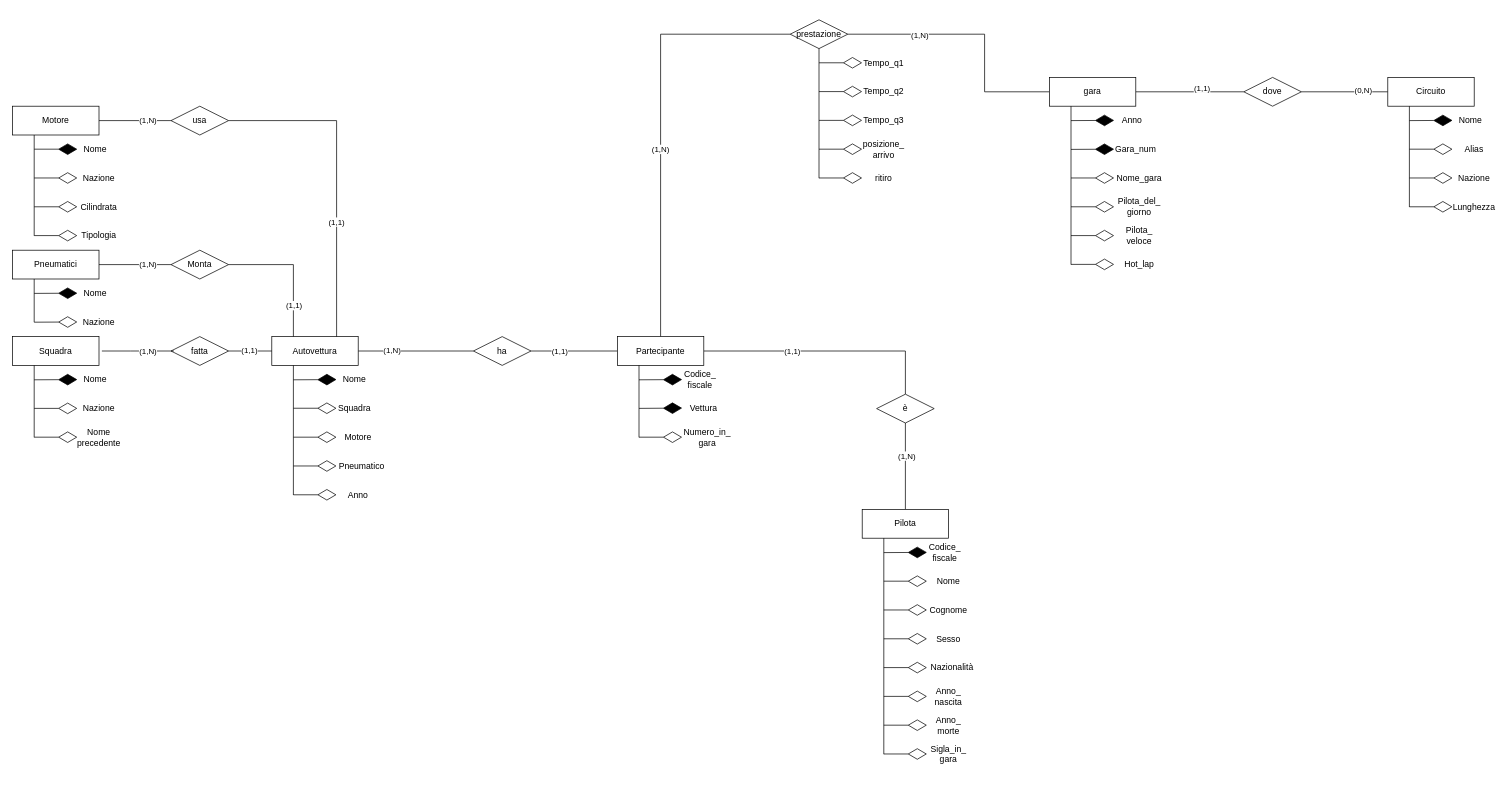
Above: Schema Logico.drawio in checco296/ProgettoBasi (draw.io), before the change. Source tidied: cells renumbered, new cells numbered last; positions are measured from the earlier drawing's top-left corner, leaving out a move shared by most shapes. Both pictures are drawn from the tidied source at 72%, with x=0, y=0 at pixel (12, 12).
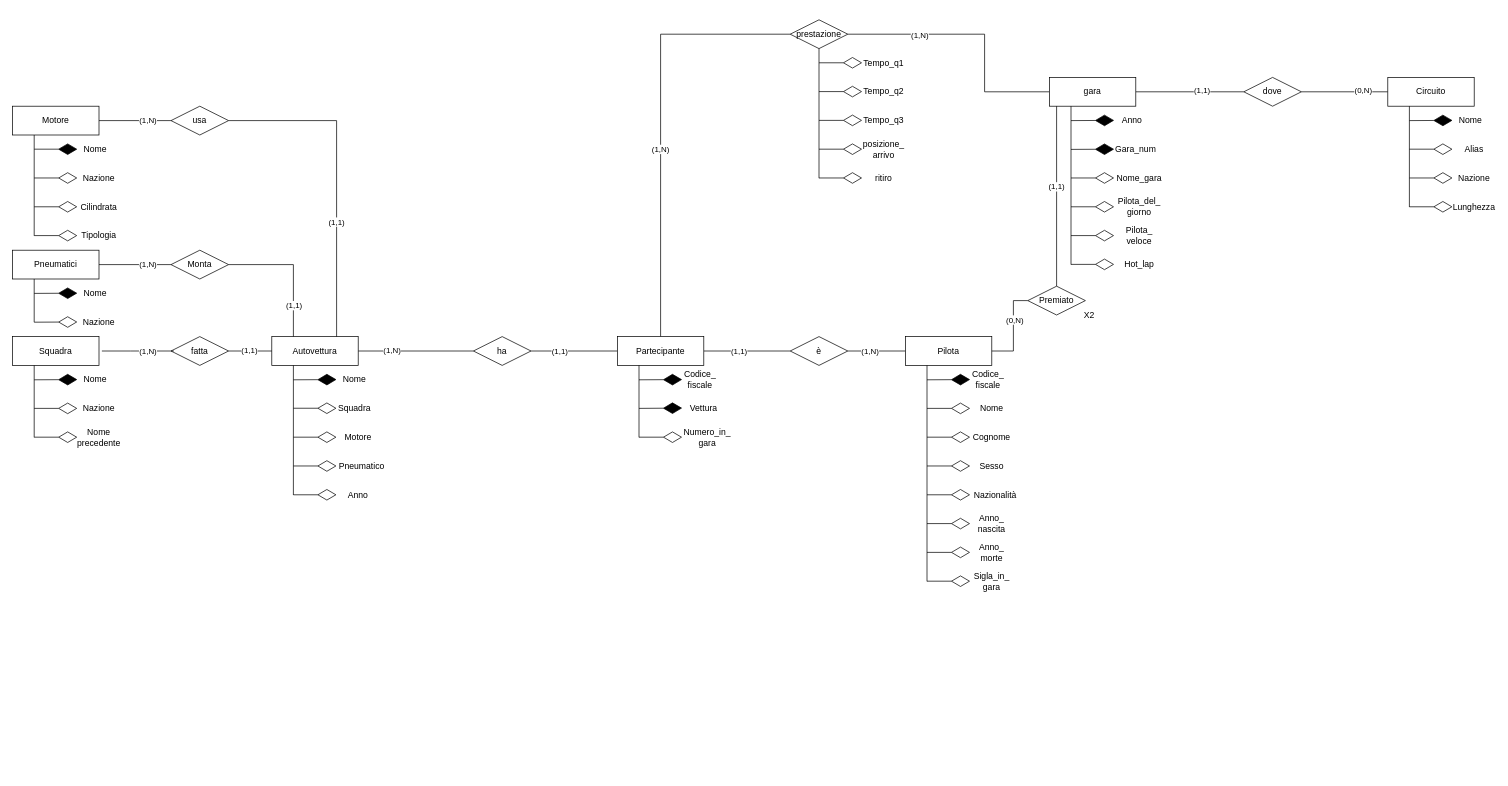
After the change.

Commit message:
Update dello schema logico

Unchanged cells that the change refers to:
```xml
<mxCell id="5" style="endArrow=none;html=1;rounded=0;entryX=1;entryY=0.5;entryDx=0;entryDy=0;exitX=0;exitY=0.5;exitDx=0;exitDy=0;" parent="1" edge="1" source="2" target="97">
  <mxGeometry relative="1" as="geometry" />
</mxCell>
<mxCell id="88" value="Partecipante" style="rounded=0;whiteSpace=wrap;html=1;" parent="87" vertex="1">
  <mxGeometry width="120" height="40" as="geometry" />
</mxCell>
```

Change to the diagram source:
```diff
@@
     <mxCell id="6" value="(1,1)" style="edgeLabel;html=1;align=center;verticalAlign=middle;" parent="5" vertex="1">
       <mxGeometry x="-0.17" y="-2" relative="1" as="geometry">
-        <mxPoint x="3" y="-4" as="offset" />
+        <mxPoint x="3" y="-1" as="offset" />
       </mxGeometry>
     </mxCell>
@@
-    <mxCell id="11" style="endArrow=none;html=1;rounded=0;exitX=0.5;exitY=0;exitDx=0;exitDy=0;entryX=1;entryY=0.5;entryDx=0;entryDy=0;" parent="1" edge="1" source="13" target="88">
-      <mxGeometry relative="1" as="geometry">
-        <Array as="points">
-          <mxPoint x="1240" y="470" />
-        </Array>
-      </mxGeometry>
+    <mxCell id="11" style="endArrow=none;html=1;rounded=0;entryX=1;entryY=0.5;entryDx=0;entryDy=0;exitX=0;exitY=0.5;exitDx=0;exitDy=0;" parent="1" edge="1" source="13" target="88">
+      <mxGeometry relative="1" as="geometry" />
     </mxCell>
@@
     <mxCell id="13" value="è" style="rhombus;whiteSpace=wrap;html=1;" parent="1" vertex="1">
-      <mxGeometry x="1200" y="530" width="80" height="40" as="geometry" />
+      <mxGeometry x="1080" y="450" width="80" height="40" as="geometry" />
     </mxCell>
-    <mxCell id="14" style="endArrow=none;html=1;rounded=0;entryX=0.5;entryY=1;entryDx=0;entryDy=0;exitX=0.5;exitY=0;exitDx=0;exitDy=0;" parent="1" edge="1" source="16" target="13">
+    <mxCell id="14" style="endArrow=none;html=1;rounded=0;entryX=1;entryY=0.5;entryDx=0;entryDy=0;exitX=0;exitY=0.5;exitDx=0;exitDy=0;" parent="1" edge="1" source="16" target="13">
       <mxGeometry relative="1" as="geometry" />
     </mxCell>
@@
     <mxCell id="16" value="Pilota" style="rounded=0;whiteSpace=wrap;html=1;" parent="1" vertex="1">
-      <mxGeometry x="1180" y="690" width="120" height="40" as="geometry" />
+      <mxGeometry x="1240" y="450" width="120" height="40" as="geometry" />
     </mxCell>
@@
     <mxCell id="70" style="endArrow=diamondThin;endFill=1;endSize=24;html=1;rounded=0;" parent="1" edge="1">
       <mxGeometry relative="1" as="geometry">
-        <mxPoint x="1210" y="750" as="sourcePoint" />
-        <mxPoint x="1270" y="749.7" as="targetPoint" />
+        <mxPoint x="1270" y="510" as="sourcePoint" />
+        <mxPoint x="1330" y="509.7" as="targetPoint" />
       </mxGeometry>
     </mxCell>
     <mxCell id="71" value="&lt;div&gt;Codice_&lt;/div&gt;&lt;div&gt;fiscale&lt;/div&gt;" style="text;html=1;strokeColor=none;fillColor=none;align=center;verticalAlign=middle;whiteSpace=wrap;rounded=0;" parent="1" vertex="1">
-      <mxGeometry x="1270" y="730" width="50" height="40" as="geometry" />
+      <mxGeometry x="1330" y="490" width="50" height="40" as="geometry" />
     </mxCell>
     <mxCell id="72" style="endArrow=none;html=1;rounded=0;entryX=0.25;entryY=1;entryDx=0;entryDy=0;" parent="1" edge="1" target="16">
       <mxGeometry relative="1" as="geometry">
-        <mxPoint x="1210" y="1030" as="sourcePoint" />
+        <mxPoint x="1270" y="790" as="sourcePoint" />
       </mxGeometry>
     </mxCell>
     <mxCell id="73" style="endArrow=diamondThin;endFill=0;endSize=24;html=1;rounded=0;" parent="1" edge="1">
       <mxGeometry relative="1" as="geometry">
-        <mxPoint x="1210" y="789.7" as="sourcePoint" />
-        <mxPoint x="1270" y="789.7" as="targetPoint" />
+        <mxPoint x="1270" y="549.7" as="sourcePoint" />
+        <mxPoint x="1330" y="549.7" as="targetPoint" />
       </mxGeometry>
     </mxCell>
     <mxCell id="74" value="Nome" style="text;html=1;strokeColor=none;fillColor=none;align=center;verticalAlign=middle;whiteSpace=wrap;rounded=0;" parent="1" vertex="1">
-      <mxGeometry x="1270" y="770" width="60" height="40" as="geometry" />
+      <mxGeometry x="1330" y="530" width="60" height="40" as="geometry" />
     </mxCell>
     <mxCell id="75" style="endArrow=diamondThin;endFill=0;endSize=24;html=1;rounded=0;" parent="1" edge="1">
       <mxGeometry relative="1" as="geometry">
-        <mxPoint x="1210" y="829.7" as="sourcePoint" />
-        <mxPoint x="1270" y="829.7" as="targetPoint" />
+        <mxPoint x="1270" y="589.7" as="sourcePoint" />
+        <mxPoint x="1330" y="589.7" as="targetPoint" />
       </mxGeometry>
     </mxCell>
     <mxCell id="76" value="Cognome" style="text;html=1;strokeColor=none;fillColor=none;align=center;verticalAlign=middle;whiteSpace=wrap;rounded=0;" parent="1" vertex="1">
-      <mxGeometry x="1270" y="810" width="60" height="40" as="geometry" />
+      <mxGeometry x="1330" y="570" width="60" height="40" as="geometry" />
     </mxCell>
     <mxCell id="77" style="endArrow=diamondThin;endFill=0;endSize=24;html=1;rounded=0;" parent="1" edge="1">
       <mxGeometry relative="1" as="geometry">
-        <mxPoint x="1210" y="869.7" as="sourcePoint" />
-        <mxPoint x="1270" y="869.7" as="targetPoint" />
+        <mxPoint x="1270" y="629.7" as="sourcePoint" />
+        <mxPoint x="1330" y="629.7" as="targetPoint" />
       </mxGeometry>
     </mxCell>
     <mxCell id="78" value="Sesso" style="text;html=1;strokeColor=none;fillColor=none;align=center;verticalAlign=middle;whiteSpace=wrap;rounded=0;" parent="1" vertex="1">
-      <mxGeometry x="1270" y="850" width="60" height="40" as="geometry" />
+      <mxGeometry x="1330" y="610" width="60" height="40" as="geometry" />
     </mxCell>
     <mxCell id="79" style="endArrow=diamondThin;endFill=0;endSize=24;html=1;rounded=0;" parent="1" edge="1">
       <mxGeometry relative="1" as="geometry">
-        <mxPoint x="1210" y="909.7" as="sourcePoint" />
-        <mxPoint x="1270" y="909.7" as="targetPoint" />
+        <mxPoint x="1270" y="669.7" as="sourcePoint" />
+        <mxPoint x="1330" y="669.7" as="targetPoint" />
       </mxGeometry>
     </mxCell>
     <mxCell id="80" value="Nazionalità" style="text;html=1;strokeColor=none;fillColor=none;align=center;verticalAlign=middle;whiteSpace=wrap;rounded=0;" parent="1" vertex="1">
-      <mxGeometry x="1270" y="890" width="70" height="40" as="geometry" />
+      <mxGeometry x="1330" y="650" width="70" height="40" as="geometry" />
     </mxCell>
     <mxCell id="81" style="endArrow=diamondThin;endFill=0;endSize=24;html=1;rounded=0;" parent="1" edge="1">
       <mxGeometry relative="1" as="geometry">
-        <mxPoint x="1210" y="949.7" as="sourcePoint" />
-        <mxPoint x="1270" y="949.7" as="targetPoint" />
+        <mxPoint x="1270" y="709.7" as="sourcePoint" />
+        <mxPoint x="1330" y="709.7" as="targetPoint" />
       </mxGeometry>
     </mxCell>
     <mxCell id="82" value="&lt;div&gt;Anno_&lt;/div&gt;&lt;div&gt;nascita&lt;br&gt;&lt;/div&gt;" style="text;html=1;strokeColor=none;fillColor=none;align=center;verticalAlign=middle;whiteSpace=wrap;rounded=0;" parent="1" vertex="1">
-      <mxGeometry x="1270" y="930" width="60" height="40" as="geometry" />
+      <mxGeometry x="1330" y="690" width="60" height="40" as="geometry" />
     </mxCell>
     <mxCell id="83" style="endArrow=diamondThin;endFill=0;endSize=24;html=1;rounded=0;" parent="1" edge="1">
       <mxGeometry relative="1" as="geometry">
-        <mxPoint x="1210" y="989.7" as="sourcePoint" />
-        <mxPoint x="1270" y="989.7" as="targetPoint" />
+        <mxPoint x="1270" y="749.7" as="sourcePoint" />
+        <mxPoint x="1330" y="749.7" as="targetPoint" />
       </mxGeometry>
     </mxCell>
     <mxCell id="84" value="&lt;div&gt;Anno_&lt;/div&gt;&lt;div&gt;morte&lt;br&gt;&lt;/div&gt;" style="text;html=1;strokeColor=none;fillColor=none;align=center;verticalAlign=middle;whiteSpace=wrap;rounded=0;" parent="1" vertex="1">
-      <mxGeometry x="1270" y="970" width="60" height="40" as="geometry" />
+      <mxGeometry x="1330" y="730" width="60" height="40" as="geometry" />
     </mxCell>
     <mxCell id="85" style="endArrow=diamondThin;endFill=0;endSize=24;html=1;rounded=0;" parent="1" edge="1">
       <mxGeometry relative="1" as="geometry">
-        <mxPoint x="1210" y="1029.7" as="sourcePoint" />
-        <mxPoint x="1270" y="1029.7" as="targetPoint" />
+        <mxPoint x="1270" y="789.7" as="sourcePoint" />
+        <mxPoint x="1330" y="789.7" as="targetPoint" />
       </mxGeometry>
     </mxCell>
     <mxCell id="86" value="&lt;div&gt;Sigla_in_&lt;/div&gt;&lt;div&gt;gara&lt;br&gt;&lt;/div&gt;" style="text;html=1;strokeColor=none;fillColor=none;align=center;verticalAlign=middle;whiteSpace=wrap;rounded=0;" parent="1" vertex="1">
-      <mxGeometry x="1270" y="1010" width="60" height="40" as="geometry" />
+      <mxGeometry x="1330" y="770" width="60" height="40" as="geometry" />
     </mxCell>
@@
+    <mxCell id="138" value="Premiato" style="rhombus;whiteSpace=wrap;html=1;" parent="1" vertex="1">
+      <mxGeometry x="1410" y="380" width="80" height="40" as="geometry" />
+    </mxCell>
+    <mxCell id="139" style="endArrow=none;html=1;rounded=0;exitX=1;exitY=0.5;exitDx=0;exitDy=0;entryX=0;entryY=0.5;entryDx=0;entryDy=0;" parent="1" edge="1" source="16" target="138">
+      <mxGeometry relative="1" as="geometry">
+        <Array as="points">
+          <mxPoint x="1390" y="470" />
+          <mxPoint x="1390" y="400" />
+        </Array>
+      </mxGeometry>
+    </mxCell>
+    <mxCell id="140" value="(0,N)" style="edgeLabel;html=1;align=center;verticalAlign=middle;" parent="139" vertex="1">
+      <mxGeometry x="0.33" y="-3" relative="1" as="geometry">
+        <mxPoint x="-2" y="6" as="offset" />
+      </mxGeometry>
+    </mxCell>
+    <mxCell id="141" style="endArrow=none;html=1;rounded=0;exitX=0.5;exitY=0;exitDx=0;exitDy=0;" parent="1" edge="1" source="138">
+      <mxGeometry relative="1" as="geometry">
+        <mxPoint x="1450" y="130" as="targetPoint" />
+      </mxGeometry>
+    </mxCell>
+    <mxCell id="142" value="(1,1)" style="edgeLabel;html=1;align=center;verticalAlign=middle;" parent="141" vertex="1">
+      <mxGeometry x="0.33" y="-3" relative="1" as="geometry">
+        <mxPoint x="-4" y="27" as="offset" />
+      </mxGeometry>
+    </mxCell>
+    <mxCell id="143" value="X2" style="text;html=1;align=center;verticalAlign=middle;strokeColor=none;fillColor=none;" parent="1" vertex="1">
+      <mxGeometry x="1480" y="410" width="30" height="20" as="geometry" />
+    </mxCell>
```
